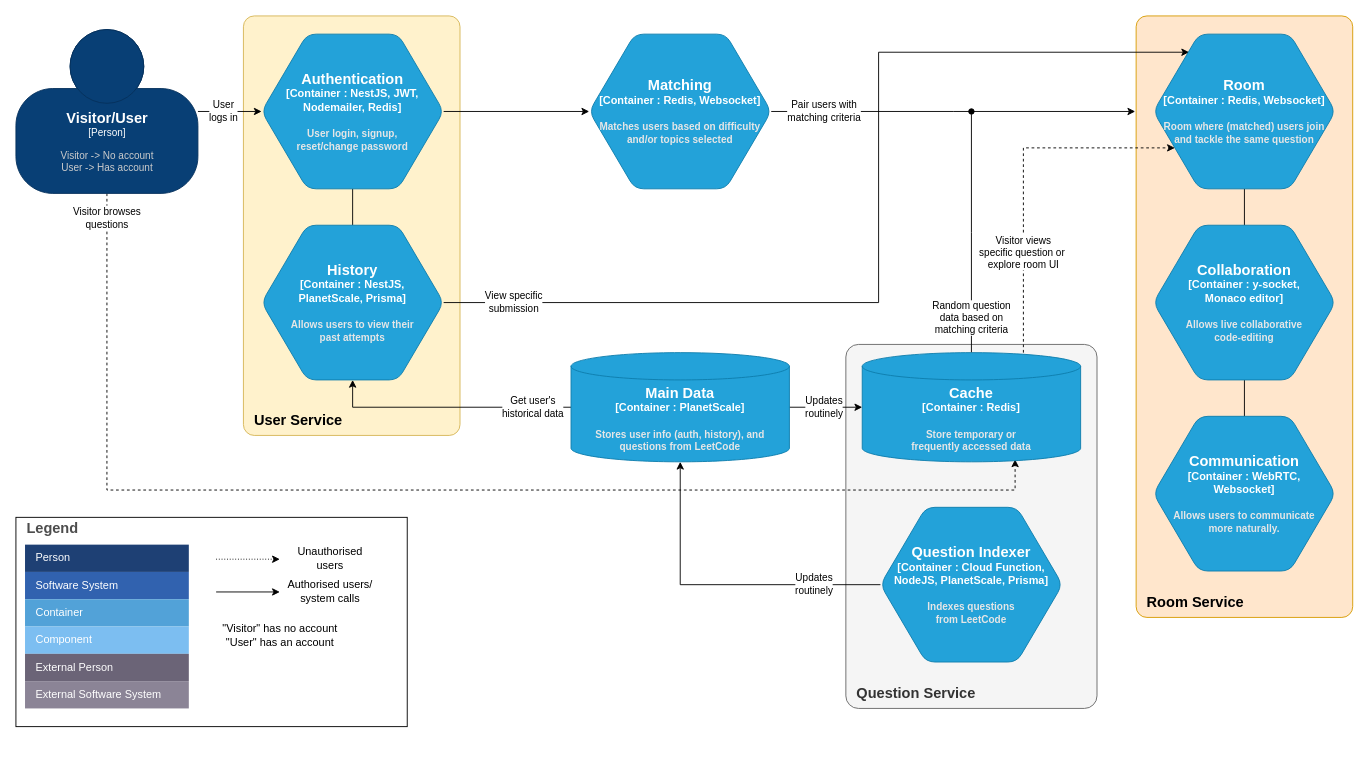
This is page "Page-2" (2 of 2) of docs/cs3219-g42-c4-diagram.drawio from CS3219-AY2223S1/cs3219-project-ay2223s1-g42, a draw.io file, before an edit. Source tidied: cells renumbered, new cells numbered last; positions are measured from the earlier drawing's top-left corner, leaving out a move shared by most shapes. Both pictures are drawn from the tidied source at 91%, with x=0, y=0 at pixel (15, 15). Pictures stored in the file or linked from it are replaced by grey dashed boxes.
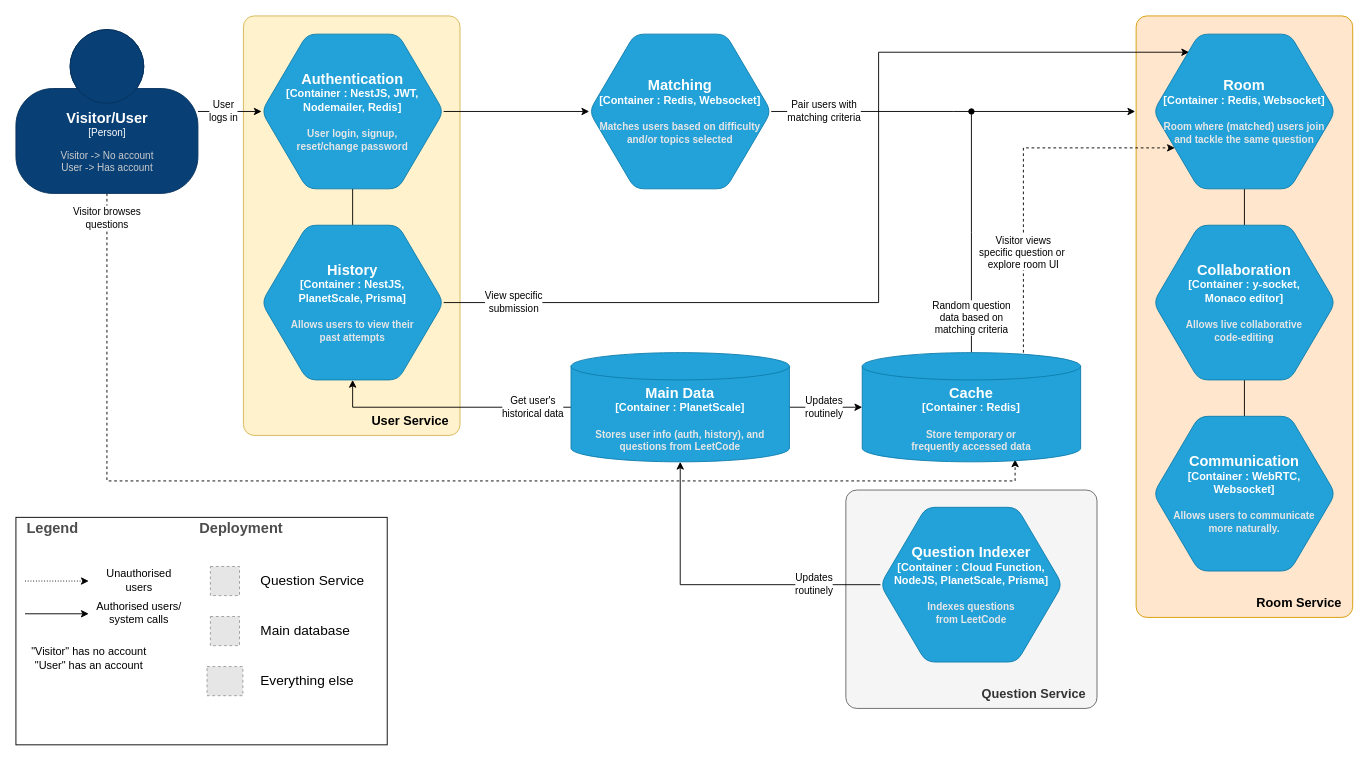
Above is the later version.

Commit message (it also covers changes not shown here):
docs: add deployment data in c4

The change refers to these unchanged cells:
```xml
<object id="6" label="&lt;font style=&quot;font-size: 16px&quot;&gt;&lt;b&gt;%c4Name%&lt;/b&gt;&lt;/font&gt;&lt;div&gt;[%c4Type%]&lt;/div&gt;&lt;br&gt;&lt;div&gt;&lt;font style=&quot;font-size: 11px&quot;&gt;&lt;font color=&quot;#cccccc&quot;&gt;%c4Description%&lt;/font&gt;&lt;/div&gt;" c4Description="Visitor -&gt; No account&#10;User -&gt; Has account" c4Name="Visitor/User" c4Type="Person" placeholders="1">
  <mxCell style="html=1;fontSize=11;dashed=0;whitespace=wrap;fillColor=#083F75;strokeColor=#06315C;fontColor=#ffffff;shape=mxgraph.c4.person2;align=center;points=[[0.5,0,0],[1,0.5,0],[1,0.75,0],[0.75,1,0],[0.5,1,0],[0.25,1,0],[0,0.75,0],[0,0.5,0]];" parent="1" vertex="1">
    <mxGeometry y="15" width="200" height="180" as="geometry" />
  </mxCell>
</object>
<object id="10" label="&lt;font style=&quot;font-size: 16px&quot;&gt;&lt;b&gt;%c4Type%&lt;/font&gt;&lt;div&gt;[%c4Container%:&amp;nbsp;%c4Technology%]&lt;/div&gt;&lt;br&gt;&lt;div&gt;&lt;font style=&quot;font-size: 11px&quot;&gt;&lt;font color=&quot;#E6E6E6&quot;&gt;%c4Description%&lt;/font&gt;&lt;/div&gt;" c4Container="Container " c4Description="Store temporary or &#10;frequently accessed data" c4Technology="Redis" c4Type="Cache" placeholders="1">
  <mxCell style="shape=cylinder3;size=15;whiteSpace=wrap;html=1;boundedLbl=1;rounded=0;labelBackgroundColor=none;fillColor=#23A2D9;fontSize=12;fontColor=#ffffff;align=center;strokeColor=#0E7DAD;points=[[0.5,0,0],[1,0.25,0],[1,0.5,0],[1,0.75,0],[0.5,1,0],[0,0.75,0],[0,0.5,0],[0,0.25,0]];" parent="1" vertex="1">
    <mxGeometry x="930" y="370" width="240" height="120" as="geometry" />
  </mxCell>
</object>
```

Change to the diagram source:
```diff
@@
-    <mxCell id="2" value="&lt;b&gt;&lt;font style=&quot;font-size: 16px&quot;&gt;Question Service&lt;/font&gt;&lt;/b&gt;" style="rounded=1;whiteSpace=wrap;html=1;verticalAlign=bottom;align=left;spacingLeft=10;arcSize=5;fillColor=#f5f5f5;strokeColor=#666666;spacingBottom=5;fontColor=#333333;" parent="1" vertex="1">
-      <mxGeometry x="912" y="361" width="276" height="400" as="geometry" />
+    <mxCell id="2" value="&lt;b&gt;&lt;font style=&quot;font-size: 14px&quot;&gt;Question Service&lt;/font&gt;&lt;/b&gt;" style="rounded=1;whiteSpace=wrap;html=1;verticalAlign=bottom;align=right;spacingLeft=10;arcSize=5;fillColor=#f5f5f5;strokeColor=#666666;spacingBottom=5;fontColor=#333333;spacingRight=10;" parent="1" vertex="1">
+      <mxGeometry x="912" y="521" width="276" height="240" as="geometry" />
     </mxCell>
-    <mxCell id="3" value="&lt;b&gt;&lt;font style=&quot;font-size: 16px&quot;&gt;Room Service&lt;/font&gt;&lt;/b&gt;" style="rounded=1;whiteSpace=wrap;html=1;verticalAlign=bottom;align=left;spacingLeft=10;arcSize=5;fillColor=#ffe6cc;strokeColor=#d79b00;spacingBottom=5;" parent="1" vertex="1">
+    <mxCell id="3" value="&lt;b&gt;&lt;font style=&quot;font-size: 14px&quot;&gt;Room Service&lt;/font&gt;&lt;/b&gt;" style="rounded=1;whiteSpace=wrap;html=1;verticalAlign=bottom;align=right;spacingLeft=10;arcSize=5;fillColor=#ffe6cc;strokeColor=#d79b00;spacingBottom=5;spacingRight=10;" parent="1" vertex="1">
       <mxGeometry x="1231" width="238" height="661" as="geometry" />
     </mxCell>
-    <mxCell id="4" value="&lt;b&gt;&lt;font style=&quot;font-size: 16px&quot;&gt;User Service&lt;/font&gt;&lt;/b&gt;" style="rounded=1;whiteSpace=wrap;html=1;verticalAlign=bottom;align=left;spacingLeft=10;arcSize=5;fillColor=#fff2cc;strokeColor=#d6b656;spacingBottom=5;" parent="1" vertex="1">
+    <mxCell id="4" value="&lt;b&gt;&lt;font style=&quot;font-size: 14px&quot;&gt;User Service&lt;br&gt;&lt;/font&gt;&lt;/b&gt;" style="rounded=1;whiteSpace=wrap;html=1;verticalAlign=bottom;align=right;spacingLeft=10;arcSize=5;fillColor=#fff2cc;strokeColor=#d6b656;spacingBottom=5;spacingRight=10;" parent="1" vertex="1">
       <mxGeometry x="250" width="238" height="461" as="geometry" />
     </mxCell>
     <mxCell id="5" value="Visitor browses &lt;br&gt;questions" style="edgeStyle=orthogonalEdgeStyle;rounded=0;html=1;exitX=0.5;exitY=1;exitDx=0;exitDy=0;exitPerimeter=0;endArrow=classic;endFill=1;dashed=1;entryX=0.7;entryY=0.978;entryDx=0;entryDy=0;entryPerimeter=0;" parent="1" edge="1" source="6" target="10">
       <mxGeometry x="-0.96" relative="1" as="geometry">
         <Array as="points">
-          <mxPoint x="100" y="521" />
-          <mxPoint x="1098" y="521" />
+          <mxPoint x="100" y="511" />
+          <mxPoint x="1098" y="511" />
         </Array>
       </mxGeometry>
     </mxCell>
@@
-    <mxCell id="20" style="group;" parent="1" vertex="1">
-      <mxGeometry y="551" width="430" height="230" as="geometry" />
-    </mxCell>
-    <mxCell id="21" style="whiteSpace=wrap;html=1;" parent="20" vertex="1">
-      <mxGeometry width="430" height="230" as="geometry" />
-    </mxCell>
-    <mxCell id="22" value="Legend" style="align=left;fontSize=16;fontStyle=1;strokeColor=none;fillColor=none;fontColor=#4D4D4D;spacingTop=-8;" parent="20" vertex="1">
-      <mxGeometry x="10" width="180" height="30" as="geometry" />
-    </mxCell>
-    <mxCell id="23" style="shape=table;html=1;whiteSpace=wrap;startSize=0;childLayout=tableLayout;fillColor=none;align=left;spacingLeft=10;strokeColor=none;rounded=1;arcSize=11;fontColor=#FFFFFF;" parent="20" vertex="1">
-      <mxGeometry x="10" y="30" width="180" height="180" as="geometry" />
-    </mxCell>
-    <mxCell id="24" value="Person" style="shape=partialRectangle;html=1;whiteSpace=wrap;fillColor=#1E4074;top=0;left=0;bottom=0;right=0;overflow=hidden;align=left;spacingLeft=10;strokeColor=none;fontColor=#FFFFFF;" parent="23" vertex="1">
-      <mxGeometry width="180" height="30" as="geometry" />
-    </mxCell>
-    <mxCell id="25" value="Software System" style="shape=partialRectangle;html=1;whiteSpace=wrap;fillColor=#3162AF;top=0;left=0;bottom=0;right=0;overflow=hidden;align=left;spacingLeft=10;fontColor=#FFFFFF;" parent="23" vertex="1">
-      <mxGeometry y="30" width="180" height="30" as="geometry" />
-    </mxCell>
-    <mxCell id="26" value="Container" style="shape=partialRectangle;html=1;whiteSpace=wrap;fillColor=#52A2D8;top=0;left=0;bottom=0;right=0;overflow=hidden;align=left;spacingLeft=10;fontColor=#FFFFFF;" parent="23" vertex="1">
-      <mxGeometry y="60" width="180" height="30" as="geometry" />
-    </mxCell>
-    <mxCell id="27" value="Component" style="shape=partialRectangle;html=1;whiteSpace=wrap;fillColor=#7CBEF1;top=0;left=0;bottom=0;right=0;overflow=hidden;align=left;spacingLeft=10;fontColor=#FFFFFF;" parent="23" vertex="1">
-      <mxGeometry y="90" width="180" height="30" as="geometry" />
-    </mxCell>
-    <mxCell id="28" value="External Person" style="shape=partialRectangle;html=1;whiteSpace=wrap;fillColor=#6B6477;top=0;left=0;bottom=0;right=0;overflow=hidden;align=left;spacingLeft=10;fontColor=#FFFFFF;" parent="23" vertex="1">
-      <mxGeometry y="120" width="180" height="30" as="geometry" />
-    </mxCell>
-    <mxCell id="29" value="External Software System" style="shape=partialRectangle;html=1;whiteSpace=wrap;fillColor=#8B8496;top=0;left=0;bottom=0;right=0;overflow=hidden;align=left;spacingLeft=10;fontColor=#FFFFFF;" parent="23" vertex="1">
-      <mxGeometry y="150" width="180" height="30" as="geometry" />
-    </mxCell>
-    <mxCell id="30" style="endArrow=classic;dashed=1;html=1;rounded=0;dashPattern=1 2;endFill=1;" parent="20" edge="1">
-      <mxGeometry relative="1" as="geometry">
-        <mxPoint x="220" y="46" as="sourcePoint" />
-        <mxPoint x="290" y="46" as="targetPoint" />
-      </mxGeometry>
-    </mxCell>
-    <mxCell id="31" value="Unauthorised&lt;br&gt;users" style="text;html=1;align=center;verticalAlign=middle;strokeColor=none;fillColor=none;" parent="20" vertex="1">
-      <mxGeometry x="300" y="30" width="90" height="30" as="geometry" />
-    </mxCell>
-    <mxCell id="32" style="endArrow=classic;html=1;rounded=0;endFill=1;" parent="20" edge="1">
-      <mxGeometry relative="1" as="geometry">
-        <mxPoint x="220" y="82" as="sourcePoint" />
-        <mxPoint x="290" y="82" as="targetPoint" />
-      </mxGeometry>
-    </mxCell>
-    <mxCell id="33" value="Authorised users/&lt;br&gt;system calls" style="text;html=1;align=center;verticalAlign=middle;strokeColor=none;fillColor=none;" parent="20" vertex="1">
-      <mxGeometry x="290" y="66" width="110" height="30" as="geometry" />
-    </mxCell>
-    <mxCell id="34" value="&quot;Visitor&quot; has no account&lt;br&gt;&quot;User&quot; has an account" style="text;html=1;align=center;verticalAlign=middle;strokeColor=none;fillColor=none;" parent="20" vertex="1">
-      <mxGeometry x="220" y="115" width="140" height="30" as="geometry" />
-    </mxCell>
@@
+    <mxCell id="21" style="whiteSpace=wrap;html=1;" parent="1" vertex="1">
+      <mxGeometry y="551" width="408" height="250" as="geometry" />
+    </mxCell>
+    <mxCell id="22" value="Legend" style="align=left;fontSize=16;fontStyle=1;strokeColor=none;fillColor=none;fontColor=#4D4D4D;spacingTop=-8;" parent="1" vertex="1">
+      <mxGeometry x="10" y="551" width="180" height="30" as="geometry" />
+    </mxCell>
+    <mxCell id="30" style="endArrow=classic;dashed=1;html=1;rounded=0;dashPattern=1 2;endFill=1;" parent="1" edge="1">
+      <mxGeometry relative="1" as="geometry">
+        <mxPoint x="10" y="621" as="sourcePoint" />
+        <mxPoint x="80" y="621" as="targetPoint" />
+      </mxGeometry>
+    </mxCell>
+    <mxCell id="31" value="Unauthorised&lt;br&gt;users" style="text;html=1;align=center;verticalAlign=middle;strokeColor=none;fillColor=none;" parent="1" vertex="1">
+      <mxGeometry x="90" y="605" width="90" height="30" as="geometry" />
+    </mxCell>
+    <mxCell id="32" style="endArrow=classic;html=1;rounded=0;endFill=1;" parent="1" edge="1">
+      <mxGeometry relative="1" as="geometry">
+        <mxPoint x="10" y="657" as="sourcePoint" />
+        <mxPoint x="80" y="657" as="targetPoint" />
+      </mxGeometry>
+    </mxCell>
+    <mxCell id="33" value="Authorised users/&lt;br&gt;system calls" style="text;html=1;align=center;verticalAlign=middle;strokeColor=none;fillColor=none;" parent="1" vertex="1">
+      <mxGeometry x="80" y="641" width="110" height="30" as="geometry" />
+    </mxCell>
+    <mxCell id="34" value="&quot;Visitor&quot; has no account&lt;br&gt;&quot;User&quot; has an account" style="text;html=1;align=center;verticalAlign=middle;strokeColor=none;fillColor=none;" parent="1" vertex="1">
+      <mxGeometry x="10" y="691" width="140" height="30" as="geometry" />
+    </mxCell>
+    <mxCell id="43" value="Deployment" style="align=left;fontSize=16;fontStyle=1;strokeColor=none;fillColor=none;fontColor=#4D4D4D;spacingTop=-8;" parent="1" vertex="1">
+      <mxGeometry x="200" y="551" width="180" height="30" as="geometry" />
+    </mxCell>
+    <mxCell id="44" value="Question Service" style="text;html=1;strokeColor=none;fillColor=none;align=left;verticalAlign=middle;whiteSpace=wrap;rounded=0;fontSize=15;" parent="1" vertex="1">
+      <mxGeometry x="266.7" y="605" width="130" height="30" as="geometry" />
+    </mxCell>
+    <mxCell id="45" style="fillColor=#E6E6E6;strokeColor=#999999;dashed=1;verticalLabelPosition=bottom;labelBackgroundColor=#ffffff;verticalAlign=top;" parent="1" vertex="1">
+      <mxGeometry x="213.7" y="660" width="32" height="32" as="geometry" />
+    </mxCell>
+    <mxCell id="46" style="fillColor=#E6E6E6;strokeColor=#999999;dashed=1;verticalLabelPosition=bottom;labelBackgroundColor=#ffffff;verticalAlign=top;" parent="1" vertex="1">
+      <mxGeometry x="213.7" y="605" width="32" height="32" as="geometry" />
+    </mxCell>
+    <mxCell id="47" value="Main database" style="text;html=1;strokeColor=none;fillColor=none;align=left;verticalAlign=middle;whiteSpace=wrap;rounded=0;fontSize=15;" parent="1" vertex="1">
+      <mxGeometry x="266.7" y="660" width="130" height="30" as="geometry" />
+    </mxCell>
+    <mxCell id="48" style="fillColor=#E6E6E6;strokeColor=#999999;dashed=1;verticalLabelPosition=bottom;labelBackgroundColor=#ffffff;verticalAlign=top;" parent="1" vertex="1">
+      <mxGeometry x="210" y="715" width="39.4" height="32" as="geometry" />
+    </mxCell>
+    <mxCell id="49" value="Everything else" style="text;html=1;strokeColor=none;fillColor=none;align=left;verticalAlign=middle;whiteSpace=wrap;rounded=0;fontSize=15;" parent="1" vertex="1">
+      <mxGeometry x="266.7" y="715" width="130" height="30" as="geometry" />
+    </mxCell>
```
